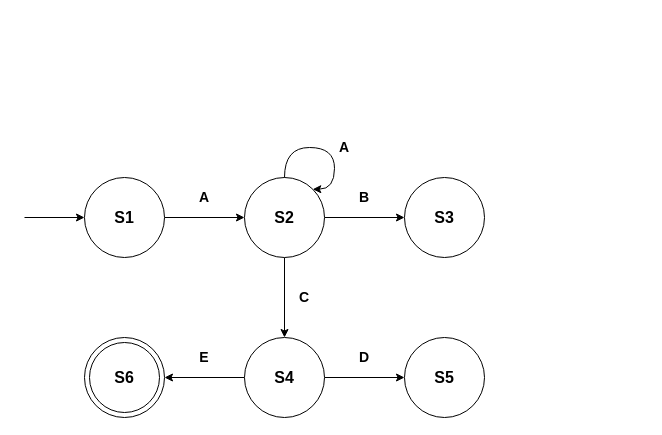
The draw.io diagram page "Copy of DFA" (6 of 6) of Assignment 2/SnakeLadder.drawio in zhafranzainal/algorithm-complexity, before the edit. Source tidied: cells renumbered, new cells numbered last; positions are measured from the earlier drawing's top-left corner, leaving out a move shared by most shapes. Both pictures are drawn from the tidied source at 100%, with x=0, y=0 at pixel (24, 137).
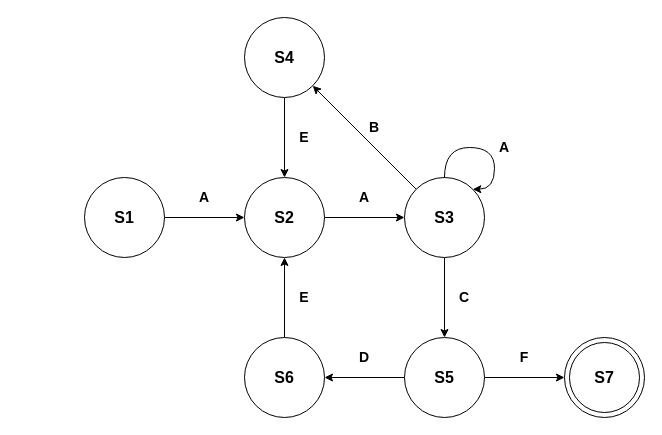
After the change.

Unchanged cells that the change refers to:
```xml
<mxCell id="7" value="&lt;font style=&quot;font-size: 16px&quot;&gt;&lt;b&gt;S2&lt;/b&gt;&lt;/font&gt;" style="ellipse;whiteSpace=wrap;html=1;" parent="1" vertex="1">
  <mxGeometry x="220" y="40" width="80" height="80" as="geometry" />
</mxCell>
```

The edit, as a diff of the source:
```diff
@@
-    <mxCell id="2" style="edgeStyle=orthogonalEdgeStyle;rounded=0;jettySize=auto;html=1;exitX=0;exitY=0.5;exitDx=0;exitDy=0;startArrow=classic;startFill=1;endArrow=none;endFill=0;" parent="1" edge="1" source="4">
-      <mxGeometry relative="1" as="geometry">
-        <mxPoint y="80" as="targetPoint" />
-      </mxGeometry>
-    </mxCell>
-    <mxCell id="3" style="edgeStyle=orthogonalEdgeStyle;rounded=0;jettySize=auto;html=1;exitX=1;exitY=0.5;exitDx=0;exitDy=0;entryX=0;entryY=0.5;entryDx=0;entryDy=0;fontSize=14;" parent="1" edge="1" source="4" target="7">
-      <mxGeometry relative="1" as="geometry" />
-    </mxCell>
-    <mxCell id="4" value="&lt;font style=&quot;font-size: 16px&quot;&gt;&lt;b&gt;S1&lt;/b&gt;&lt;/font&gt;" style="ellipse;whiteSpace=wrap;html=1;" parent="1" vertex="1">
-      <mxGeometry x="60" y="40" width="80" height="80" as="geometry" />
-    </mxCell>
+    <mxCell id="23" style="edgeStyle=orthogonalEdgeStyle;rounded=0;jettySize=auto;html=1;exitX=0;exitY=0.5;exitDx=0;exitDy=0;startArrow=classic;startFill=1;endArrow=none;endFill=0;entryX=1;entryY=0.5;entryDx=0;entryDy=0;" parent="1" edge="1" source="7" target="4">
+      <mxGeometry relative="1" as="geometry" />
+    </mxCell>
-    <mxCell id="5" style="rounded=0;jettySize=auto;html=1;exitX=1;exitY=0.5;exitDx=0;exitDy=0;entryX=0;entryY=0.5;entryDx=0;entryDy=0;fontSize=14;startArrow=none;startFill=0;" parent="1" edge="1" source="7" target="8">
+    <mxCell id="5" style="edgeStyle=orthogonalEdgeStyle;rounded=0;jettySize=auto;html=1;exitX=1;exitY=0.5;exitDx=0;exitDy=0;entryX=0;entryY=0.5;entryDx=0;entryDy=0;fontSize=14;" parent="1" edge="1" source="7" target="8">
       <mxGeometry relative="1" as="geometry" />
     </mxCell>
-    <mxCell id="6" style="edgeStyle=none;rounded=0;jettySize=auto;html=1;exitX=0.5;exitY=1;exitDx=0;exitDy=0;entryX=0.5;entryY=0;entryDx=0;entryDy=0;fontSize=14;startArrow=none;startFill=0;" parent="1" edge="1" source="7" target="11">
-      <mxGeometry relative="1" as="geometry" />
-    </mxCell>
@@
+    <mxCell id="24" style="edgeStyle=none;rounded=0;jettySize=auto;html=1;exitX=0.5;exitY=1;exitDx=0;exitDy=0;entryX=0.5;entryY=0;entryDx=0;entryDy=0;fontSize=14;startArrow=none;startFill=0;" parent="1" edge="1" source="8" target="17">
+      <mxGeometry relative="1" as="geometry" />
+    </mxCell>
+    <mxCell id="25" style="edgeStyle=none;rounded=0;jettySize=auto;html=1;exitX=0;exitY=0;exitDx=0;exitDy=0;entryX=1;entryY=1;entryDx=0;entryDy=0;fontSize=14;startArrow=none;startFill=0;" parent="1" edge="1" source="8" target="11">
+      <mxGeometry relative="1" as="geometry" />
+    </mxCell>
-    <mxCell id="8" value="&lt;b&gt;&lt;font style=&quot;font-size: 16px&quot;&gt;S3&lt;/font&gt;&lt;/b&gt;" style="ellipse;whiteSpace=wrap;html=1;" parent="1" vertex="1">
+    <mxCell id="8" value="&lt;font style=&quot;font-size: 16px&quot;&gt;&lt;b&gt;S3&lt;/b&gt;&lt;/font&gt;" style="ellipse;whiteSpace=wrap;html=1;" parent="1" vertex="1">
       <mxGeometry x="380" y="40" width="80" height="80" as="geometry" />
     </mxCell>
-    <mxCell id="9" style="edgeStyle=none;rounded=0;jettySize=auto;html=1;exitX=1;exitY=0.5;exitDx=0;exitDy=0;entryX=0;entryY=0.5;entryDx=0;entryDy=0;fontSize=14;startArrow=none;startFill=0;" parent="1" edge="1" source="11" target="17">
-      <mxGeometry relative="1" as="geometry" />
-    </mxCell>
-    <mxCell id="10" style="edgeStyle=none;rounded=0;jettySize=auto;html=1;exitX=0;exitY=0.5;exitDx=0;exitDy=0;entryX=1;entryY=0.5;entryDx=0;entryDy=0;fontSize=14;startArrow=none;startFill=0;" parent="1" edge="1" source="11" target="20">
-      <mxGeometry relative="1" as="geometry" />
-    </mxCell>
+    <mxCell id="26" style="edgeStyle=none;rounded=0;jettySize=auto;html=1;exitX=0.5;exitY=1;exitDx=0;exitDy=0;entryX=0.5;entryY=0;entryDx=0;entryDy=0;fontSize=14;startArrow=none;startFill=0;" parent="1" edge="1" source="11" target="7">
+      <mxGeometry relative="1" as="geometry" />
+    </mxCell>
-    <mxCell id="11" value="&lt;font style=&quot;font-size: 16px&quot;&gt;&lt;b&gt;S4&lt;/b&gt;&lt;/font&gt;" style="ellipse;whiteSpace=wrap;html=1;" parent="1" vertex="1">
-      <mxGeometry x="220" y="200" width="80" height="80" as="geometry" />
+    <mxCell id="11" value="&lt;b&gt;&lt;font style=&quot;font-size: 16px&quot;&gt;S4&lt;/font&gt;&lt;/b&gt;" style="ellipse;whiteSpace=wrap;html=1;" parent="1" vertex="1">
+      <mxGeometry x="220" y="-120" width="80" height="80" as="geometry" />
     </mxCell>
-    <mxCell id="12" style="edgeStyle=orthogonalEdgeStyle;rounded=0;orthogonalLoop=1;jettySize=auto;html=1;exitX=0.5;exitY=0;exitDx=0;exitDy=0;entryX=1;entryY=0;entryDx=0;entryDy=0;fontSize=14;curved=1;" parent="1" edge="1" source="7" target="7">
-      <mxGeometry relative="1" as="geometry">
-        <Array as="points">
-          <mxPoint x="260" y="10" />
-          <mxPoint x="310" y="10" />
-          <mxPoint x="310" y="52" />
-        </Array>
-      </mxGeometry>
-    </mxCell>
-    <mxCell id="13" value="&lt;b&gt;&lt;font style=&quot;font-size: 14px&quot;&gt;A&lt;/font&gt;&lt;/b&gt;" style="text;html=1;strokeColor=none;fillColor=none;align=center;verticalAlign=middle;whiteSpace=wrap;rounded=0;" parent="1" vertex="1">
-      <mxGeometry x="310" width="20" height="20" as="geometry" />
-    </mxCell>
-    <mxCell id="14" value="&lt;b&gt;&lt;font style=&quot;font-size: 14px&quot;&gt;A&lt;/font&gt;&lt;/b&gt;" style="text;html=1;strokeColor=none;fillColor=none;align=center;verticalAlign=middle;whiteSpace=wrap;rounded=0;" parent="1" vertex="1">
-      <mxGeometry x="170" y="50" width="20" height="20" as="geometry" />
-    </mxCell>
+    <mxCell id="27" style="edgeStyle=none;rounded=0;jettySize=auto;html=1;exitX=1;exitY=0.5;exitDx=0;exitDy=0;entryX=0;entryY=0.5;entryDx=0;entryDy=0;fontSize=14;startArrow=none;startFill=0;" parent="1" edge="1" source="17" target="20">
+      <mxGeometry relative="1" as="geometry" />
+    </mxCell>
+    <mxCell id="28" style="edgeStyle=none;rounded=0;jettySize=auto;html=1;exitX=0;exitY=0.5;exitDx=0;exitDy=0;entryX=1;entryY=0.5;entryDx=0;entryDy=0;fontSize=14;startArrow=none;startFill=0;" parent="1" edge="1" source="17" target="21">
+      <mxGeometry relative="1" as="geometry" />
+    </mxCell>
+    <mxCell id="17" value="&lt;font style=&quot;font-size: 16px&quot;&gt;&lt;b&gt;S5&lt;/b&gt;&lt;/font&gt;" style="ellipse;whiteSpace=wrap;html=1;" parent="1" vertex="1">
+      <mxGeometry x="380" y="200" width="80" height="80" as="geometry" />
+    </mxCell>
+    <mxCell id="29" style="edgeStyle=orthogonalEdgeStyle;rounded=0;orthogonalLoop=1;jettySize=auto;html=1;exitX=0.5;exitY=0;exitDx=0;exitDy=0;entryX=1;entryY=0;entryDx=0;entryDy=0;fontSize=14;curved=1;" parent="1" edge="1" source="8" target="8">
+      <mxGeometry relative="1" as="geometry">
+        <Array as="points">
+          <mxPoint x="420" y="10" />
+          <mxPoint x="470" y="10" />
+          <mxPoint x="470" y="52" />
+        </Array>
+      </mxGeometry>
+    </mxCell>
+    <mxCell id="30" value="&lt;b&gt;&lt;font style=&quot;font-size: 14px&quot;&gt;A&lt;/font&gt;&lt;/b&gt;" style="text;html=1;strokeColor=none;fillColor=none;align=center;verticalAlign=middle;whiteSpace=wrap;rounded=0;" parent="1" vertex="1">
+      <mxGeometry x="470" width="20" height="20" as="geometry" />
+    </mxCell>
+    <mxCell id="31" value="&lt;b&gt;&lt;font style=&quot;font-size: 14px&quot;&gt;A&lt;/font&gt;&lt;/b&gt;" style="text;html=1;strokeColor=none;fillColor=none;align=center;verticalAlign=middle;whiteSpace=wrap;rounded=0;" parent="1" vertex="1">
+      <mxGeometry x="330" y="50" width="20" height="20" as="geometry" />
+    </mxCell>
     <mxCell id="15" value="&lt;b&gt;&lt;font style=&quot;font-size: 14px&quot;&gt;B&lt;/font&gt;&lt;/b&gt;" style="text;html=1;strokeColor=none;fillColor=none;align=center;verticalAlign=middle;whiteSpace=wrap;rounded=0;" parent="1" vertex="1">
-      <mxGeometry x="330" y="50" width="20" height="20" as="geometry" />
+      <mxGeometry x="340" y="-20" width="20" height="20" as="geometry" />
     </mxCell>
     <mxCell id="16" value="&lt;b&gt;&lt;font style=&quot;font-size: 14px&quot;&gt;C&lt;/font&gt;&lt;/b&gt;" style="text;html=1;strokeColor=none;fillColor=none;align=center;verticalAlign=middle;whiteSpace=wrap;rounded=0;" parent="1" vertex="1">
-      <mxGeometry x="270" y="150" width="20" height="20" as="geometry" />
+      <mxGeometry x="430" y="150" width="20" height="20" as="geometry" />
     </mxCell>
-    <mxCell id="17" value="&lt;font style=&quot;font-size: 16px&quot;&gt;&lt;b&gt;S5&lt;/b&gt;&lt;/font&gt;" style="ellipse;whiteSpace=wrap;html=1;" parent="1" vertex="1">
-      <mxGeometry x="380" y="200" width="80" height="80" as="geometry" />
-    </mxCell>
+    <mxCell id="32" style="edgeStyle=none;rounded=0;jettySize=auto;html=1;exitX=0.5;exitY=0;exitDx=0;exitDy=0;entryX=0.5;entryY=1;entryDx=0;entryDy=0;fontSize=14;startArrow=none;startFill=0;" parent="1" edge="1" source="21" target="7">
+      <mxGeometry relative="1" as="geometry" />
+    </mxCell>
+    <mxCell id="21" value="&lt;font style=&quot;font-size: 16px&quot;&gt;&lt;b&gt;S6&lt;/b&gt;&lt;/font&gt;" style="ellipse;whiteSpace=wrap;html=1;" parent="1" vertex="1">
+      <mxGeometry x="220" y="200" width="80" height="80" as="geometry" />
+    </mxCell>
@@
-    <mxCell id="19" style="group;" parent="1" vertex="1">
-      <mxGeometry x="60" y="200" width="80" height="80" as="geometry" />
-    </mxCell>
+    <mxCell id="33" style="group;" parent="1" vertex="1">
+      <mxGeometry x="540" y="200" width="80" height="80" as="geometry" />
+    </mxCell>
-    <mxCell id="20" style="ellipse;whiteSpace=wrap;html=1;" parent="19" vertex="1">
+    <mxCell id="20" style="ellipse;whiteSpace=wrap;html=1;" parent="33" vertex="1">
       <mxGeometry width="80" height="80" as="geometry" />
     </mxCell>
-    <mxCell id="21" value="&lt;font style=&quot;font-size: 16px&quot;&gt;&lt;b&gt;S6&lt;/b&gt;&lt;/font&gt;" style="ellipse;whiteSpace=wrap;html=1;" parent="19" vertex="1">
-      <mxGeometry x="5" y="5" width="70" height="70" as="geometry" />
-    </mxCell>
-    <mxCell id="22" value="&lt;span style=&quot;font-size: 14px;&quot;&gt;&lt;b&gt;E&lt;/b&gt;&lt;/span&gt;" style="text;html=1;strokeColor=none;fillColor=none;align=center;verticalAlign=middle;whiteSpace=wrap;rounded=0;" parent="1" vertex="1">
-      <mxGeometry x="170" y="210" width="20" height="20" as="geometry" />
-    </mxCell>
+    <mxCell id="34" value="&lt;font style=&quot;font-size: 16px&quot;&gt;&lt;b&gt;S7&lt;/b&gt;&lt;/font&gt;" style="ellipse;whiteSpace=wrap;html=1;" parent="33" vertex="1">
+      <mxGeometry x="5" y="5" width="70" height="70" as="geometry" />
+    </mxCell>
+    <mxCell id="35" value="&lt;span style=&quot;font-size: 14px;&quot;&gt;&lt;b&gt;F&lt;/b&gt;&lt;/span&gt;" style="text;html=1;strokeColor=none;fillColor=none;align=center;verticalAlign=middle;whiteSpace=wrap;rounded=0;" parent="1" vertex="1">
+      <mxGeometry x="490" y="210" width="20" height="20" as="geometry" />
+    </mxCell>
+    <mxCell id="4" value="&lt;font style=&quot;font-size: 16px&quot;&gt;&lt;b&gt;S1&lt;/b&gt;&lt;/font&gt;" style="ellipse;whiteSpace=wrap;html=1;" parent="1" vertex="1">
+      <mxGeometry x="60" y="40" width="80" height="80" as="geometry" />
+    </mxCell>
+    <mxCell id="36" value="&lt;b&gt;&lt;font style=&quot;font-size: 14px&quot;&gt;A&lt;/font&gt;&lt;/b&gt;" style="text;html=1;strokeColor=none;fillColor=none;align=center;verticalAlign=middle;whiteSpace=wrap;rounded=0;" parent="1" vertex="1">
+      <mxGeometry x="170" y="50" width="20" height="20" as="geometry" />
+    </mxCell>
+    <mxCell id="37" value="&lt;span style=&quot;font-size: 14px;&quot;&gt;&lt;b&gt;E&lt;/b&gt;&lt;/span&gt;" style="text;html=1;strokeColor=none;fillColor=none;align=center;verticalAlign=middle;whiteSpace=wrap;rounded=0;" parent="1" vertex="1">
+      <mxGeometry x="270" y="150" width="20" height="20" as="geometry" />
+    </mxCell>
+    <mxCell id="38" value="&lt;span style=&quot;font-size: 14px;&quot;&gt;&lt;b&gt;E&lt;/b&gt;&lt;/span&gt;" style="text;html=1;strokeColor=none;fillColor=none;align=center;verticalAlign=middle;whiteSpace=wrap;rounded=0;" parent="1" vertex="1">
+      <mxGeometry x="270" y="-10" width="20" height="20" as="geometry" />
+    </mxCell>
```
